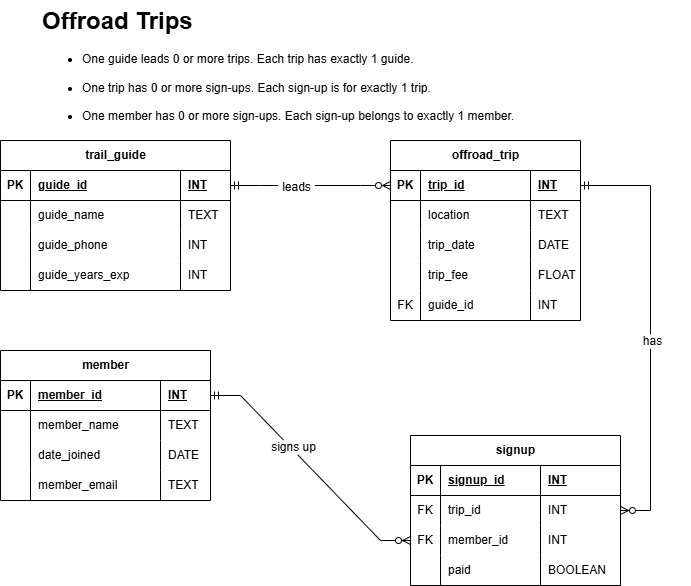
Before: erd.drawio.png, a diagram exported from draw.io (marijohal/Offroad_Trips). Source tidied: cells renumbered, new cells last; positions are measured from the earlier drawing's top-left corner, leaving out a move shared by most shapes. Source of this version:
```xml
<mxGraphModel>
  <root>
    <mxCell id="0" />
    <mxCell id="1" parent="0" />
    <mxCell id="2" value="trail_guide" style="shape=table;startSize=30;rowLines=0;fontStyle=1;align=center;html=1;" parent="1" vertex="1">
      <mxGeometry y="140" width="230" height="150" as="geometry" />
    </mxCell>
    <mxCell id="3" style="shape=tableRow;horizontal=0;startSize=0;swimlaneHead=0;swimlaneBody=0;fillColor=none;points=[[0,0.5],[1,0.5]];portConstraint=eastwest;top=0;left=0;right=0;bottom=1;" parent="2" vertex="1">
      <mxGeometry y="30" width="230" height="30" as="geometry" />
    </mxCell>
    <mxCell id="4" value="PK" style="shape=partialRectangle;fillColor=none;top=0;left=0;bottom=0;right=0;fontStyle=1;overflow=hidden;whiteSpace=wrap;html=1;" parent="3" vertex="1">
      <mxGeometry width="30" height="30" as="geometry" />
    </mxCell>
    <mxCell id="5" value="guide_id" style="shape=partialRectangle;fillColor=none;top=0;left=0;bottom=0;right=0;align=left;spacingLeft=6;fontStyle=5;overflow=hidden;whiteSpace=wrap;html=1;" parent="3" vertex="1">
      <mxGeometry x="30" width="150" height="30" as="geometry" />
    </mxCell>
    <mxCell id="6" value="INT" style="shape=partialRectangle;fillColor=none;top=0;left=0;bottom=0;right=0;align=left;spacingLeft=6;fontStyle=5;overflow=hidden;whiteSpace=wrap;html=1;" parent="3" vertex="1">
      <mxGeometry x="180" width="50" height="30" as="geometry" />
    </mxCell>
    <mxCell id="7" style="shape=tableRow;horizontal=0;startSize=0;swimlaneHead=0;swimlaneBody=0;fillColor=none;top=0;left=0;right=0;bottom=0;" parent="2" vertex="1">
      <mxGeometry y="60" width="230" height="30" as="geometry" />
    </mxCell>
    <mxCell id="8" style="shape=partialRectangle;fillColor=none;top=0;left=0;bottom=0;right=0;overflow=hidden;whiteSpace=wrap;html=1;" parent="7" vertex="1">
      <mxGeometry width="30" height="30" as="geometry" />
    </mxCell>
    <mxCell id="9" value="guide_name" style="shape=partialRectangle;fillColor=none;top=0;left=0;bottom=0;right=0;align=left;spacingLeft=6;overflow=hidden;whiteSpace=wrap;html=1;" parent="7" vertex="1">
      <mxGeometry x="30" width="150" height="30" as="geometry" />
    </mxCell>
    <mxCell id="10" value="TEXT" style="shape=partialRectangle;fillColor=none;top=0;left=0;bottom=0;right=0;align=left;spacingLeft=6;overflow=hidden;whiteSpace=wrap;html=1;" parent="7" vertex="1">
      <mxGeometry x="180" width="50" height="30" as="geometry" />
    </mxCell>
    <mxCell id="11" style="shape=tableRow;horizontal=0;startSize=0;swimlaneHead=0;swimlaneBody=0;fillColor=none;top=0;left=0;right=0;bottom=0;" parent="2" vertex="1">
      <mxGeometry y="90" width="230" height="30" as="geometry" />
    </mxCell>
    <mxCell id="12" style="shape=partialRectangle;fillColor=none;top=0;left=0;bottom=0;right=0;overflow=hidden;whiteSpace=wrap;html=1;" parent="11" vertex="1">
      <mxGeometry width="30" height="30" as="geometry" />
    </mxCell>
    <mxCell id="13" value="guide_phone" style="shape=partialRectangle;fillColor=none;top=0;left=0;bottom=0;right=0;align=left;spacingLeft=6;overflow=hidden;whiteSpace=wrap;html=1;" parent="11" vertex="1">
      <mxGeometry x="30" width="150" height="30" as="geometry" />
    </mxCell>
    <mxCell id="14" value="INT" style="shape=partialRectangle;fillColor=none;top=0;left=0;bottom=0;right=0;align=left;spacingLeft=6;overflow=hidden;whiteSpace=wrap;html=1;" parent="11" vertex="1">
      <mxGeometry x="180" width="50" height="30" as="geometry" />
    </mxCell>
    <mxCell id="15" style="shape=tableRow;horizontal=0;startSize=0;swimlaneHead=0;swimlaneBody=0;fillColor=none;top=0;left=0;right=0;bottom=0;" parent="2" vertex="1">
      <mxGeometry y="120" width="230" height="30" as="geometry" />
    </mxCell>
    <mxCell id="16" style="shape=partialRectangle;fillColor=none;top=0;left=0;bottom=0;right=0;overflow=hidden;whiteSpace=wrap;html=1;" parent="15" vertex="1">
      <mxGeometry width="30" height="30" as="geometry" />
    </mxCell>
    <mxCell id="17" value="guide_years_exp" style="shape=partialRectangle;fillColor=none;top=0;left=0;bottom=0;right=0;align=left;spacingLeft=6;overflow=hidden;whiteSpace=wrap;html=1;" parent="15" vertex="1">
      <mxGeometry x="30" width="150" height="30" as="geometry" />
    </mxCell>
    <mxCell id="18" value="INT" style="shape=partialRectangle;fillColor=none;top=0;left=0;bottom=0;right=0;align=left;spacingLeft=6;overflow=hidden;whiteSpace=wrap;html=1;" parent="15" vertex="1">
      <mxGeometry x="180" width="50" height="30" as="geometry" />
    </mxCell>
    <mxCell id="19" value="offroad_trip" style="shape=table;startSize=30;rowLines=0;fontStyle=1;align=center;html=1;" parent="1" vertex="1">
      <mxGeometry x="390" y="140" width="190" height="180" as="geometry" />
    </mxCell>
    <mxCell id="20" style="shape=tableRow;horizontal=0;startSize=0;swimlaneHead=0;swimlaneBody=0;fillColor=none;points=[[0,0.5],[1,0.5]];portConstraint=eastwest;top=0;left=0;right=0;bottom=1;" parent="19" vertex="1">
      <mxGeometry y="30" width="190" height="30" as="geometry" />
    </mxCell>
    <mxCell id="21" value="PK" style="shape=partialRectangle;fillColor=none;top=0;left=0;bottom=0;right=0;fontStyle=1;overflow=hidden;whiteSpace=wrap;html=1;" parent="20" vertex="1">
      <mxGeometry width="30" height="30" as="geometry" />
    </mxCell>
    <mxCell id="22" value="trip_id" style="shape=partialRectangle;fillColor=none;top=0;left=0;bottom=0;right=0;align=left;spacingLeft=6;fontStyle=5;overflow=hidden;whiteSpace=wrap;html=1;" parent="20" vertex="1">
      <mxGeometry x="30" width="110" height="30" as="geometry" />
    </mxCell>
    <mxCell id="23" value="INT" style="shape=partialRectangle;fillColor=none;top=0;left=0;bottom=0;right=0;align=left;spacingLeft=6;fontStyle=5;overflow=hidden;whiteSpace=wrap;html=1;" parent="20" vertex="1">
      <mxGeometry x="140" width="50" height="30" as="geometry" />
    </mxCell>
    <mxCell id="24" style="shape=tableRow;horizontal=0;startSize=0;swimlaneHead=0;swimlaneBody=0;fillColor=none;top=0;left=0;right=0;bottom=0;" parent="19" vertex="1">
      <mxGeometry y="60" width="190" height="30" as="geometry" />
    </mxCell>
    <mxCell id="25" style="shape=partialRectangle;fillColor=none;top=0;left=0;bottom=0;right=0;overflow=hidden;whiteSpace=wrap;html=1;" parent="24" vertex="1">
      <mxGeometry width="30" height="30" as="geometry" />
    </mxCell>
    <mxCell id="26" value="location" style="shape=partialRectangle;fillColor=none;top=0;left=0;bottom=0;right=0;align=left;spacingLeft=6;overflow=hidden;whiteSpace=wrap;html=1;" parent="24" vertex="1">
      <mxGeometry x="30" width="110" height="30" as="geometry" />
    </mxCell>
    <mxCell id="27" value="TEXT" style="shape=partialRectangle;fillColor=none;top=0;left=0;bottom=0;right=0;align=left;spacingLeft=6;overflow=hidden;whiteSpace=wrap;html=1;" parent="24" vertex="1">
      <mxGeometry x="140" width="50" height="30" as="geometry" />
    </mxCell>
    <mxCell id="28" style="shape=tableRow;horizontal=0;startSize=0;swimlaneHead=0;swimlaneBody=0;fillColor=none;top=0;left=0;right=0;bottom=0;" parent="19" vertex="1">
      <mxGeometry y="90" width="190" height="30" as="geometry" />
    </mxCell>
    <mxCell id="29" style="shape=partialRectangle;fillColor=none;top=0;left=0;bottom=0;right=0;overflow=hidden;whiteSpace=wrap;html=1;" parent="28" vertex="1">
      <mxGeometry width="30" height="30" as="geometry" />
    </mxCell>
    <mxCell id="30" value="trip_date" style="shape=partialRectangle;fillColor=none;top=0;left=0;bottom=0;right=0;align=left;spacingLeft=6;overflow=hidden;whiteSpace=wrap;html=1;" parent="28" vertex="1">
      <mxGeometry x="30" width="110" height="30" as="geometry" />
    </mxCell>
    <mxCell id="31" value="DATE" style="shape=partialRectangle;fillColor=none;top=0;left=0;bottom=0;right=0;align=left;spacingLeft=6;overflow=hidden;whiteSpace=wrap;html=1;" parent="28" vertex="1">
      <mxGeometry x="140" width="50" height="30" as="geometry" />
    </mxCell>
    <mxCell id="32" style="shape=tableRow;horizontal=0;startSize=0;swimlaneHead=0;swimlaneBody=0;fillColor=none;top=0;left=0;right=0;bottom=0;" parent="19" vertex="1">
      <mxGeometry y="120" width="190" height="30" as="geometry" />
    </mxCell>
    <mxCell id="33" style="shape=partialRectangle;fillColor=none;top=0;left=0;bottom=0;right=0;overflow=hidden;whiteSpace=wrap;html=1;" parent="32" vertex="1">
      <mxGeometry width="30" height="30" as="geometry" />
    </mxCell>
    <mxCell id="34" value="trip_fee" style="shape=partialRectangle;fillColor=none;top=0;left=0;bottom=0;right=0;align=left;spacingLeft=6;overflow=hidden;whiteSpace=wrap;html=1;" parent="32" vertex="1">
      <mxGeometry x="30" width="110" height="30" as="geometry" />
    </mxCell>
    <mxCell id="35" value="FLOAT" style="shape=partialRectangle;fillColor=none;top=0;left=0;bottom=0;right=0;align=left;spacingLeft=6;overflow=hidden;whiteSpace=wrap;html=1;" parent="32" vertex="1">
      <mxGeometry x="140" width="50" height="30" as="geometry" />
    </mxCell>
    <mxCell id="36" style="shape=tableRow;horizontal=0;startSize=0;swimlaneHead=0;swimlaneBody=0;fillColor=none;top=0;left=0;right=0;bottom=0;" parent="19" vertex="1">
      <mxGeometry y="150" width="190" height="30" as="geometry" />
    </mxCell>
    <mxCell id="37" value="FK" style="shape=partialRectangle;fillColor=none;top=0;left=0;bottom=0;right=0;overflow=hidden;whiteSpace=wrap;html=1;" parent="36" vertex="1">
      <mxGeometry width="30" height="30" as="geometry" />
    </mxCell>
    <mxCell id="38" value="guide_id" style="shape=partialRectangle;fillColor=none;top=0;left=0;bottom=0;right=0;align=left;spacingLeft=6;overflow=hidden;whiteSpace=wrap;html=1;" parent="36" vertex="1">
      <mxGeometry x="30" width="110" height="30" as="geometry" />
    </mxCell>
    <mxCell id="39" value="INT" style="shape=partialRectangle;fillColor=none;top=0;left=0;bottom=0;right=0;align=left;spacingLeft=6;overflow=hidden;whiteSpace=wrap;html=1;" parent="36" vertex="1">
      <mxGeometry x="140" width="50" height="30" as="geometry" />
    </mxCell>
    <mxCell id="40" value="member" style="shape=table;startSize=30;rowLines=0;fontStyle=1;align=center;html=1;" parent="1" vertex="1">
      <mxGeometry y="350" width="210" height="150" as="geometry" />
    </mxCell>
    <mxCell id="41" style="shape=tableRow;horizontal=0;startSize=0;swimlaneHead=0;swimlaneBody=0;fillColor=none;points=[[0,0.5],[1,0.5]];portConstraint=eastwest;top=0;left=0;right=0;bottom=1;" parent="40" vertex="1">
      <mxGeometry y="30" width="210" height="30" as="geometry" />
    </mxCell>
    <mxCell id="42" value="PK" style="shape=partialRectangle;fillColor=none;top=0;left=0;bottom=0;right=0;fontStyle=1;overflow=hidden;whiteSpace=wrap;html=1;" parent="41" vertex="1">
      <mxGeometry width="30" height="30" as="geometry" />
    </mxCell>
    <mxCell id="43" value="member_id" style="shape=partialRectangle;fillColor=none;top=0;left=0;bottom=0;right=0;align=left;spacingLeft=6;fontStyle=5;overflow=hidden;whiteSpace=wrap;html=1;" parent="41" vertex="1">
      <mxGeometry x="30" width="130" height="30" as="geometry" />
    </mxCell>
    <mxCell id="44" value="INT" style="shape=partialRectangle;fillColor=none;top=0;left=0;bottom=0;right=0;align=left;spacingLeft=6;fontStyle=5;overflow=hidden;whiteSpace=wrap;html=1;" parent="41" vertex="1">
      <mxGeometry x="160" width="50" height="30" as="geometry" />
    </mxCell>
    <mxCell id="45" style="shape=tableRow;horizontal=0;startSize=0;swimlaneHead=0;swimlaneBody=0;fillColor=none;top=0;left=0;right=0;bottom=0;" parent="40" vertex="1">
      <mxGeometry y="60" width="210" height="30" as="geometry" />
    </mxCell>
    <mxCell id="46" style="shape=partialRectangle;fillColor=none;top=0;left=0;bottom=0;right=0;overflow=hidden;whiteSpace=wrap;html=1;" parent="45" vertex="1">
      <mxGeometry width="30" height="30" as="geometry" />
    </mxCell>
    <mxCell id="47" value="member_name" style="shape=partialRectangle;fillColor=none;top=0;left=0;bottom=0;right=0;align=left;spacingLeft=6;overflow=hidden;whiteSpace=wrap;html=1;" parent="45" vertex="1">
      <mxGeometry x="30" width="130" height="30" as="geometry" />
    </mxCell>
    <mxCell id="48" value="TEXT" style="shape=partialRectangle;fillColor=none;top=0;left=0;bottom=0;right=0;align=left;spacingLeft=6;overflow=hidden;whiteSpace=wrap;html=1;" parent="45" vertex="1">
      <mxGeometry x="160" width="50" height="30" as="geometry" />
    </mxCell>
    <mxCell id="49" style="shape=tableRow;horizontal=0;startSize=0;swimlaneHead=0;swimlaneBody=0;fillColor=none;top=0;left=0;right=0;bottom=0;" parent="40" vertex="1">
      <mxGeometry y="90" width="210" height="30" as="geometry" />
    </mxCell>
    <mxCell id="50" style="shape=partialRectangle;fillColor=none;top=0;left=0;bottom=0;right=0;overflow=hidden;whiteSpace=wrap;html=1;" parent="49" vertex="1">
      <mxGeometry width="30" height="30" as="geometry" />
    </mxCell>
    <mxCell id="51" value="date_joined" style="shape=partialRectangle;fillColor=none;top=0;left=0;bottom=0;right=0;align=left;spacingLeft=6;overflow=hidden;whiteSpace=wrap;html=1;" parent="49" vertex="1">
      <mxGeometry x="30" width="130" height="30" as="geometry" />
    </mxCell>
    <mxCell id="52" value="DATE" style="shape=partialRectangle;fillColor=none;top=0;left=0;bottom=0;right=0;align=left;spacingLeft=6;overflow=hidden;whiteSpace=wrap;html=1;" parent="49" vertex="1">
      <mxGeometry x="160" width="50" height="30" as="geometry" />
    </mxCell>
    <mxCell id="53" style="shape=tableRow;horizontal=0;startSize=0;swimlaneHead=0;swimlaneBody=0;fillColor=none;top=0;left=0;right=0;bottom=0;" parent="40" vertex="1">
      <mxGeometry y="120" width="210" height="30" as="geometry" />
    </mxCell>
    <mxCell id="54" style="shape=partialRectangle;fillColor=none;top=0;left=0;bottom=0;right=0;overflow=hidden;whiteSpace=wrap;html=1;" parent="53" vertex="1">
      <mxGeometry width="30" height="30" as="geometry" />
    </mxCell>
    <mxCell id="55" value="member_email" style="shape=partialRectangle;fillColor=none;top=0;left=0;bottom=0;right=0;align=left;spacingLeft=6;overflow=hidden;whiteSpace=wrap;html=1;" parent="53" vertex="1">
      <mxGeometry x="30" width="130" height="30" as="geometry" />
    </mxCell>
    <mxCell id="56" value="TEXT" style="shape=partialRectangle;fillColor=none;top=0;left=0;bottom=0;right=0;align=left;spacingLeft=6;overflow=hidden;whiteSpace=wrap;html=1;" parent="53" vertex="1">
      <mxGeometry x="160" width="50" height="30" as="geometry" />
    </mxCell>
    <mxCell id="57" value="signup" style="shape=table;startSize=30;rowLines=0;fontStyle=1;align=center;html=1;" parent="1" vertex="1">
      <mxGeometry x="410" y="435" width="210" height="150" as="geometry" />
    </mxCell>
    <mxCell id="58" style="shape=tableRow;horizontal=0;startSize=0;swimlaneHead=0;swimlaneBody=0;fillColor=none;top=0;left=0;right=0;bottom=1;" parent="57" vertex="1">
      <mxGeometry y="30" width="210" height="30" as="geometry" />
    </mxCell>
    <mxCell id="59" value="PK" style="shape=partialRectangle;fillColor=none;top=0;left=0;bottom=0;right=0;fontStyle=1;overflow=hidden;whiteSpace=wrap;html=1;" parent="58" vertex="1">
      <mxGeometry width="30" height="30" as="geometry" />
    </mxCell>
    <mxCell id="60" value="signup_id" style="shape=partialRectangle;fillColor=none;top=0;left=0;bottom=0;right=0;align=left;spacingLeft=6;fontStyle=5;overflow=hidden;whiteSpace=wrap;html=1;" parent="58" vertex="1">
      <mxGeometry x="30" width="100" height="30" as="geometry" />
    </mxCell>
    <mxCell id="61" value="INT" style="shape=partialRectangle;fillColor=none;top=0;left=0;bottom=0;right=0;align=left;spacingLeft=6;fontStyle=5;overflow=hidden;whiteSpace=wrap;html=1;" parent="58" vertex="1">
      <mxGeometry x="130" width="80" height="30" as="geometry" />
    </mxCell>
    <mxCell id="62" style="shape=tableRow;horizontal=0;startSize=0;swimlaneHead=0;swimlaneBody=0;fillColor=none;points=[[0,0.5],[1,0.5]];portConstraint=eastwest;top=0;left=0;right=0;bottom=0;" parent="57" vertex="1">
      <mxGeometry y="60" width="210" height="30" as="geometry" />
    </mxCell>
    <mxCell id="63" value="FK" style="shape=partialRectangle;fillColor=none;top=0;left=0;bottom=0;right=0;overflow=hidden;whiteSpace=wrap;html=1;" parent="62" vertex="1">
      <mxGeometry width="30" height="30" as="geometry" />
    </mxCell>
    <mxCell id="64" value="trip_id" style="shape=partialRectangle;fillColor=none;top=0;left=0;bottom=0;right=0;align=left;spacingLeft=6;overflow=hidden;whiteSpace=wrap;html=1;" parent="62" vertex="1">
      <mxGeometry x="30" width="100" height="30" as="geometry" />
    </mxCell>
    <mxCell id="65" value="INT" style="shape=partialRectangle;fillColor=none;top=0;left=0;bottom=0;right=0;align=left;spacingLeft=6;overflow=hidden;whiteSpace=wrap;html=1;" parent="62" vertex="1">
      <mxGeometry x="130" width="80" height="30" as="geometry" />
    </mxCell>
    <mxCell id="66" style="shape=tableRow;horizontal=0;startSize=0;swimlaneHead=0;swimlaneBody=0;fillColor=none;points=[[0,0.5],[1,0.5]];portConstraint=eastwest;top=0;left=0;right=0;bottom=0;" parent="57" vertex="1">
      <mxGeometry y="90" width="210" height="30" as="geometry" />
    </mxCell>
    <mxCell id="67" value="FK" style="shape=partialRectangle;fillColor=none;top=0;left=0;bottom=0;right=0;overflow=hidden;whiteSpace=wrap;html=1;" parent="66" vertex="1">
      <mxGeometry width="30" height="30" as="geometry" />
    </mxCell>
    <mxCell id="68" value="member_id" style="shape=partialRectangle;fillColor=none;top=0;left=0;bottom=0;right=0;align=left;spacingLeft=6;overflow=hidden;whiteSpace=wrap;html=1;" parent="66" vertex="1">
      <mxGeometry x="30" width="100" height="30" as="geometry" />
    </mxCell>
    <mxCell id="69" value="INT" style="shape=partialRectangle;fillColor=none;top=0;left=0;bottom=0;right=0;align=left;spacingLeft=6;overflow=hidden;whiteSpace=wrap;html=1;" parent="66" vertex="1">
      <mxGeometry x="130" width="80" height="30" as="geometry" />
    </mxCell>
    <mxCell id="70" style="shape=tableRow;horizontal=0;startSize=0;swimlaneHead=0;swimlaneBody=0;fillColor=none;top=0;left=0;right=0;bottom=0;" parent="57" vertex="1">
      <mxGeometry y="120" width="210" height="30" as="geometry" />
    </mxCell>
    <mxCell id="71" style="shape=partialRectangle;fillColor=none;top=0;left=0;bottom=0;right=0;overflow=hidden;whiteSpace=wrap;html=1;" parent="70" vertex="1">
      <mxGeometry width="30" height="30" as="geometry" />
    </mxCell>
    <mxCell id="72" value="paid" style="shape=partialRectangle;fillColor=none;top=0;left=0;bottom=0;right=0;align=left;spacingLeft=6;overflow=hidden;whiteSpace=wrap;html=1;" parent="70" vertex="1">
      <mxGeometry x="30" width="100" height="30" as="geometry" />
    </mxCell>
    <mxCell id="73" value="BOOLEAN" style="shape=partialRectangle;fillColor=none;top=0;left=0;bottom=0;right=0;align=left;spacingLeft=6;overflow=hidden;whiteSpace=wrap;html=1;" parent="70" vertex="1">
      <mxGeometry x="130" width="80" height="30" as="geometry" />
    </mxCell>
    <mxCell id="74" value="&lt;h1 style=&quot;margin-top: 0px;&quot;&gt;Offroad Trips&lt;/h1&gt;&lt;div&gt;&lt;ul dir=&quot;ltr&quot;&gt;&lt;li&gt;One guide leads 0 or more trips. Each trip has exactly 1 guide.&lt;/li&gt;&lt;br/&gt;&lt;li&gt;One trip has 0 or more sign-ups. Each sign-up is for exactly 1 trip.&lt;/li&gt;&lt;br/&gt;&lt;li&gt;One member has 0 or more sign-ups. Each sign-up belongs to exactly 1 member.&lt;/li&gt;&lt;/ul&gt;&lt;/div&gt;" style="text;html=1;whiteSpace=wrap;overflow=hidden;rounded=0;" parent="1" vertex="1">
      <mxGeometry x="40" width="650" height="120" as="geometry" />
    </mxCell>
    <mxCell id="75" style="edgeStyle=entityRelationEdgeStyle;fontSize=12;html=1;endArrow=ERzeroToMany;rounded=0;defaultLabelBackgroundColor=page;labelPadding=0 4;entryX=0;entryY=0.5;entryDx=0;entryDy=0;endFill=0;startArrow=ERmandOne;startFill=0;exitX=1;exitY=0.5;exitDx=0;exitDy=0;" parent="1" edge="1" source="3" target="20">
      <mxGeometry relative="1" as="geometry" />
    </mxCell>
    <mxCell id="76" value="leads" style="edgeLabel;html=1;align=center;verticalAlign=middle;inheritText=1;fontSize=12;defaultLabelBackgroundColor=page;labelPadding=0 4;" parent="75" vertex="1">
      <mxGeometry x="-0.19" y="-1" relative="1" as="geometry" />
    </mxCell>
    <mxCell id="77" style="edgeStyle=entityRelationEdgeStyle;fontSize=12;html=1;endArrow=ERzeroToMany;startArrow=ERmandOne;rounded=0;defaultLabelBackgroundColor=page;labelPadding=0 4;entryX=0;entryY=0.5;entryDx=0;entryDy=0;exitX=1;exitY=0.5;exitDx=0;exitDy=0;startFill=0;" parent="1" edge="1" source="41" target="66">
      <mxGeometry relative="1" as="geometry" />
    </mxCell>
    <mxCell id="78" value="signs up" style="edgeLabel;html=1;align=center;verticalAlign=middle;inheritText=1;fontSize=12;defaultLabelBackgroundColor=page;labelPadding=0 4;" parent="77" vertex="1">
      <mxGeometry x="-0.22" y="2" relative="1" as="geometry" />
    </mxCell>
    <mxCell id="79" style="edgeStyle=entityRelationEdgeStyle;fontSize=12;html=1;endArrow=ERmandOne;startArrow=ERzeroToMany;rounded=0;defaultLabelBackgroundColor=page;labelPadding=0 4;entryX=1;entryY=0.5;entryDx=0;entryDy=0;startFill=0;" parent="1" edge="1" source="62" target="20">
      <mxGeometry x="0.32" relative="1" as="geometry" />
    </mxCell>
    <mxCell id="80" value="has" style="edgeLabel;html=1;align=center;verticalAlign=middle;inheritText=1;fontSize=12;defaultLabelBackgroundColor=page;labelPadding=0 4;" parent="79" vertex="1">
      <mxGeometry x="-0.06" y="-1" relative="1" as="geometry" />
    </mxCell>
  </root>
</mxGraphModel>
```
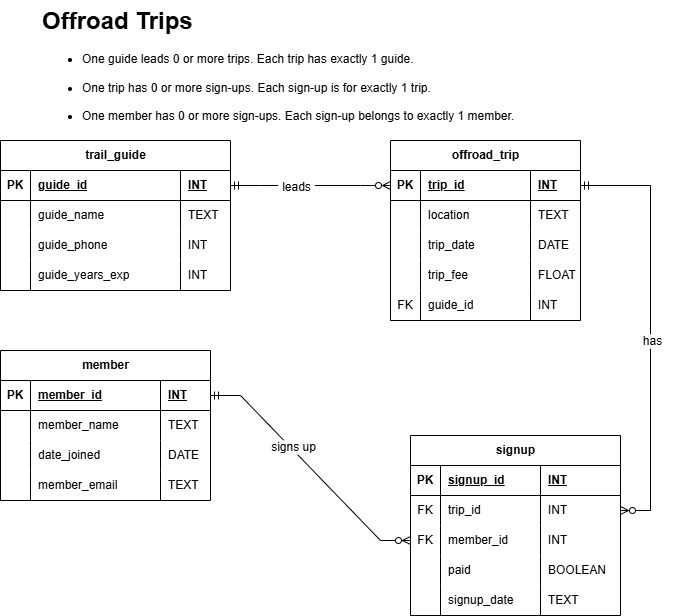
After the change.

Diff of the diagram source:
```diff
@@ -168,7 +168,7 @@
       <mxGeometry x="160" width="50" height="30" as="geometry" />
     </mxCell>
     <mxCell id="57" value="signup" style="shape=table;startSize=30;rowLines=0;fontStyle=1;align=center;html=1;" parent="1" vertex="1">
-      <mxGeometry x="410" y="435" width="210" height="150" as="geometry" />
+      <mxGeometry x="410" y="435" width="210" height="180" as="geometry" />
     </mxCell>
     <mxCell id="58" style="shape=tableRow;horizontal=0;startSize=0;swimlaneHead=0;swimlaneBody=0;fillColor=none;top=0;left=0;right=0;bottom=1;" parent="57" vertex="1">
       <mxGeometry y="30" width="210" height="30" as="geometry" />
@@ -218,6 +218,18 @@
     <mxCell id="73" value="BOOLEAN" style="shape=partialRectangle;fillColor=none;top=0;left=0;bottom=0;right=0;align=left;spacingLeft=6;overflow=hidden;whiteSpace=wrap;html=1;" parent="70" vertex="1">
       <mxGeometry x="130" width="80" height="30" as="geometry" />
     </mxCell>
+    <mxCell id="81" style="shape=tableRow;horizontal=0;startSize=0;swimlaneHead=0;swimlaneBody=0;fillColor=none;top=0;left=0;right=0;bottom=0;" parent="57" vertex="1">
+      <mxGeometry y="150" width="210" height="30" as="geometry" />
+    </mxCell>
+    <mxCell id="82" style="shape=partialRectangle;fillColor=none;top=0;left=0;bottom=0;right=0;overflow=hidden;whiteSpace=wrap;html=1;" parent="81" vertex="1">
+      <mxGeometry width="30" height="30" as="geometry" />
+    </mxCell>
+    <mxCell id="83" value="signup_date&lt;span style=&quot;white-space: pre;&quot;&gt;&#9;&lt;/span&gt;" style="shape=partialRectangle;fillColor=none;top=0;left=0;bottom=0;right=0;align=left;spacingLeft=6;overflow=hidden;whiteSpace=wrap;html=1;" parent="81" vertex="1">
+      <mxGeometry x="30" width="100" height="30" as="geometry" />
+    </mxCell>
+    <mxCell id="84" value="TEXT" style="shape=partialRectangle;fillColor=none;top=0;left=0;bottom=0;right=0;align=left;spacingLeft=6;overflow=hidden;whiteSpace=wrap;html=1;" parent="81" vertex="1">
+      <mxGeometry x="130" width="80" height="30" as="geometry" />
+    </mxCell>
     <mxCell id="74" value="&lt;h1 style=&quot;margin-top: 0px;&quot;&gt;Offroad Trips&lt;/h1&gt;&lt;div&gt;&lt;ul dir=&quot;ltr&quot;&gt;&lt;li&gt;One guide leads 0 or more trips. Each trip has exactly 1 guide.&lt;/li&gt;&lt;br/&gt;&lt;li&gt;One trip has 0 or more sign-ups. Each sign-up is for exactly 1 trip.&lt;/li&gt;&lt;br/&gt;&lt;li&gt;One member has 0 or more sign-ups. Each sign-up belongs to exactly 1 member.&lt;/li&gt;&lt;/ul&gt;&lt;/div&gt;" style="text;html=1;whiteSpace=wrap;overflow=hidden;rounded=0;" parent="1" vertex="1">
       <mxGeometry x="40" width="650" height="120" as="geometry" />
     </mxCell>
```
